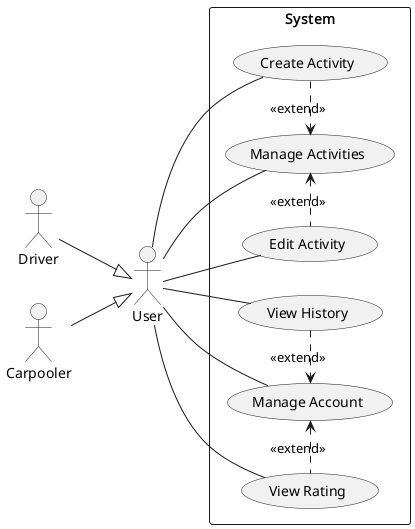
YannisRavasopoulos/ProjectSD_S6 keeps this PlantUML diagram as images/uml/use-cases.png. Above is the earlier version.
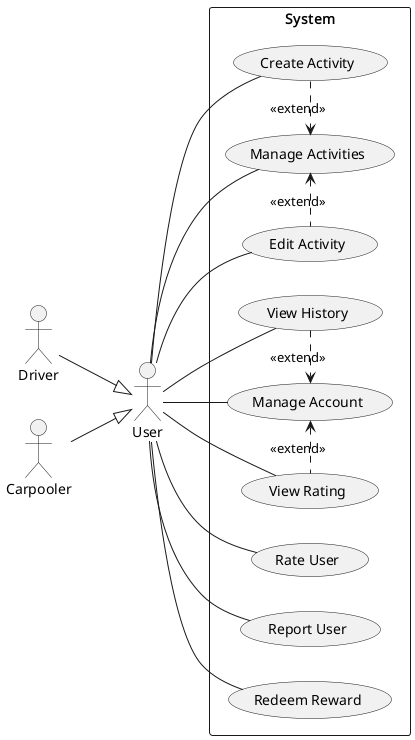
The same diagram one commit later.

The edit, as a diff of the source:
```diff
@@ -17,6 +17,10 @@
     usecase "Manage Account"
     usecase "View History"
     usecase "View Rating"
+
+    usecase "Rate User"
+    usecase "Report User"
+    usecase "Redeem Reward"
 }
 
 "User" -- "Manage Activities"
@@ -27,6 +31,11 @@
 "User" -- "View History"
 "User" -- "View Rating"
 
+"User" -- "Rate User"
+"User" -- "Report User"
+"User" -- "Redeem Reward"
+
+
 "Manage Activities" <.-left- "Create Activity": "<<extend>>"
 "Manage Activities" <.-right- "Edit Activity": "<<extend>>"
 
```
